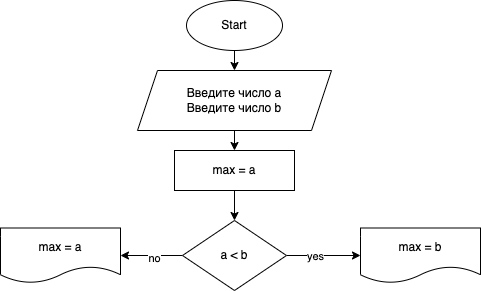
Above: TourC#/ex002/ex002.drawio.png in retedominus/TourC (draw.io), before the change. Source tidied: cells renumbered, new cells last; positions are measured from the earlier drawing's top-left corner, leaving out a move shared by most shapes. Source of this version:
```xml
<mxGraphModel>
  <root>
    <mxCell id="0" />
    <mxCell id="1" parent="0" />
    <mxCell id="2" style="edgeStyle=none;html=1;" parent="1" edge="1" source="3" target="5">
      <mxGeometry relative="1" as="geometry" />
    </mxCell>
    <mxCell id="3" value="Start" style="ellipse;whiteSpace=wrap;html=1;fillColor=default;strokeColor=default;sketch=0;noLabel=0;" parent="1" vertex="1">
      <mxGeometry x="186" width="96" height="50" as="geometry" />
    </mxCell>
    <mxCell id="4" style="edgeStyle=none;html=1;" parent="1" edge="1" source="5" target="14">
      <mxGeometry relative="1" as="geometry" />
    </mxCell>
    <mxCell id="5" value="Введите число a&lt;br&gt;Введите число b" style="shape=parallelogram;perimeter=parallelogramPerimeter;whiteSpace=wrap;html=1;fixedSize=1;sketch=0;strokeColor=default;fillColor=default;" parent="1" vertex="1">
      <mxGeometry x="137" y="70" width="194" height="60" as="geometry" />
    </mxCell>
    <mxCell id="6" style="edgeStyle=none;html=1;" parent="1" edge="1" source="10" target="11">
      <mxGeometry relative="1" as="geometry" />
    </mxCell>
    <mxCell id="7" value="yes" style="edgeLabel;html=1;align=center;verticalAlign=middle;" parent="6" vertex="1">
      <mxGeometry x="-0.25" relative="1" as="geometry" />
    </mxCell>
    <mxCell id="8" style="edgeStyle=none;html=1;" parent="1" edge="1" source="10" target="12">
      <mxGeometry relative="1" as="geometry" />
    </mxCell>
    <mxCell id="9" value="no" style="edgeLabel;html=1;align=center;verticalAlign=middle;" parent="8" vertex="1">
      <mxGeometry x="-0.05" y="2" relative="1" as="geometry" />
    </mxCell>
    <mxCell id="10" value="a &amp;lt; b" style="rhombus;whiteSpace=wrap;html=1;sketch=0;" parent="1" vertex="1">
      <mxGeometry x="182" y="220" width="104" height="70" as="geometry" />
    </mxCell>
    <mxCell id="11" value="max = b" style="shape=document;whiteSpace=wrap;html=1;boundedLbl=1;sketch=0;strokeColor=default;fillColor=default;" parent="1" vertex="1">
      <mxGeometry x="360" y="227.5" width="120" height="55" as="geometry" />
    </mxCell>
    <mxCell id="12" value="max = a" style="shape=document;whiteSpace=wrap;html=1;boundedLbl=1;sketch=0;strokeColor=default;fillColor=default;" parent="1" vertex="1">
      <mxGeometry y="227.5" width="120" height="55" as="geometry" />
    </mxCell>
    <mxCell id="13" style="edgeStyle=none;html=1;" parent="1" edge="1" source="14" target="10">
      <mxGeometry relative="1" as="geometry" />
    </mxCell>
    <mxCell id="14" value="max = a" style="whiteSpace=wrap;html=1;sketch=0;" parent="1" vertex="1">
      <mxGeometry x="174" y="150" width="120" height="40" as="geometry" />
    </mxCell>
  </root>
</mxGraphModel>
```
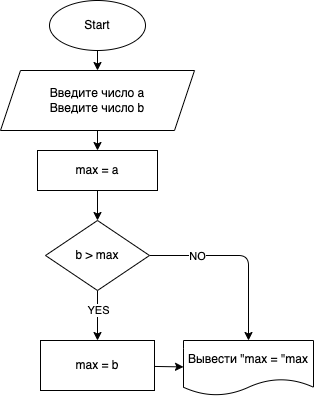
The same diagram one commit later.

Change to the diagram source:
```diff
@@ -15,31 +15,40 @@
       <mxGeometry x="137" y="70" width="194" height="60" as="geometry" />
     </mxCell>
     <mxCell id="6" style="edgeStyle=none;html=1;" parent="1" edge="1" source="10" target="11">
-      <mxGeometry relative="1" as="geometry" />
+      <mxGeometry relative="1" as="geometry">
+        <Array as="points">
+          <mxPoint x="385" y="255" />
+        </Array>
+      </mxGeometry>
     </mxCell>
-    <mxCell id="7" value="yes" style="edgeLabel;html=1;align=center;verticalAlign=middle;" parent="6" vertex="1">
-      <mxGeometry x="-0.25" relative="1" as="geometry" />
+    <mxCell id="7" value="NO" style="edgeLabel;html=1;align=center;verticalAlign=middle;" parent="6" vertex="1">
+      <mxGeometry x="-0.25" relative="1" as="geometry">
+        <mxPoint x="-22" as="offset" />
+      </mxGeometry>
     </mxCell>
-    <mxCell id="8" style="edgeStyle=none;html=1;" parent="1" edge="1" source="10" target="12">
-      <mxGeometry relative="1" as="geometry" />
-    </mxCell>
-    <mxCell id="9" value="no" style="edgeLabel;html=1;align=center;verticalAlign=middle;" parent="8" vertex="1">
-      <mxGeometry x="-0.05" y="2" relative="1" as="geometry" />
-    </mxCell>
+    <mxCell id="15" style="edgeStyle=none;html=1;" parent="1" edge="1" source="10" target="18">
+      <mxGeometry relative="1" as="geometry" />
+    </mxCell>
+    <mxCell id="16" value="YES" style="edgeLabel;html=1;align=center;verticalAlign=middle;" parent="15" vertex="1">
+      <mxGeometry x="-0.26" relative="1" as="geometry" />
+    </mxCell>
-    <mxCell id="10" value="a &amp;lt; b" style="rhombus;whiteSpace=wrap;html=1;sketch=0;" parent="1" vertex="1">
+    <mxCell id="10" value="b &amp;gt; max" style="rhombus;whiteSpace=wrap;html=1;sketch=0;" parent="1" vertex="1">
       <mxGeometry x="182" y="220" width="104" height="70" as="geometry" />
     </mxCell>
-    <mxCell id="11" value="max = b" style="shape=document;whiteSpace=wrap;html=1;boundedLbl=1;sketch=0;strokeColor=default;fillColor=default;" parent="1" vertex="1">
-      <mxGeometry x="360" y="227.5" width="120" height="55" as="geometry" />
+    <mxCell id="11" value="Вывести &quot;max = &quot;max" style="shape=document;whiteSpace=wrap;html=1;boundedLbl=1;sketch=0;strokeColor=default;fillColor=default;" parent="1" vertex="1">
+      <mxGeometry x="320" y="340" width="130" height="55" as="geometry" />
     </mxCell>
-    <mxCell id="12" value="max = a" style="shape=document;whiteSpace=wrap;html=1;boundedLbl=1;sketch=0;strokeColor=default;fillColor=default;" parent="1" vertex="1">
-      <mxGeometry y="227.5" width="120" height="55" as="geometry" />
-    </mxCell>
     <mxCell id="13" style="edgeStyle=none;html=1;" parent="1" edge="1" source="14" target="10">
       <mxGeometry relative="1" as="geometry" />
     </mxCell>
     <mxCell id="14" value="max = a" style="whiteSpace=wrap;html=1;sketch=0;" parent="1" vertex="1">
       <mxGeometry x="174" y="150" width="120" height="40" as="geometry" />
     </mxCell>
+    <mxCell id="17" style="edgeStyle=none;html=1;" parent="1" edge="1" source="18" target="11">
+      <mxGeometry relative="1" as="geometry" />
+    </mxCell>
+    <mxCell id="18" value="max = b" style="whiteSpace=wrap;html=1;sketch=0;" parent="1" vertex="1">
+      <mxGeometry x="177" y="340" width="114" height="50" as="geometry" />
+    </mxCell>
   </root>
 </mxGraphModel>
```
